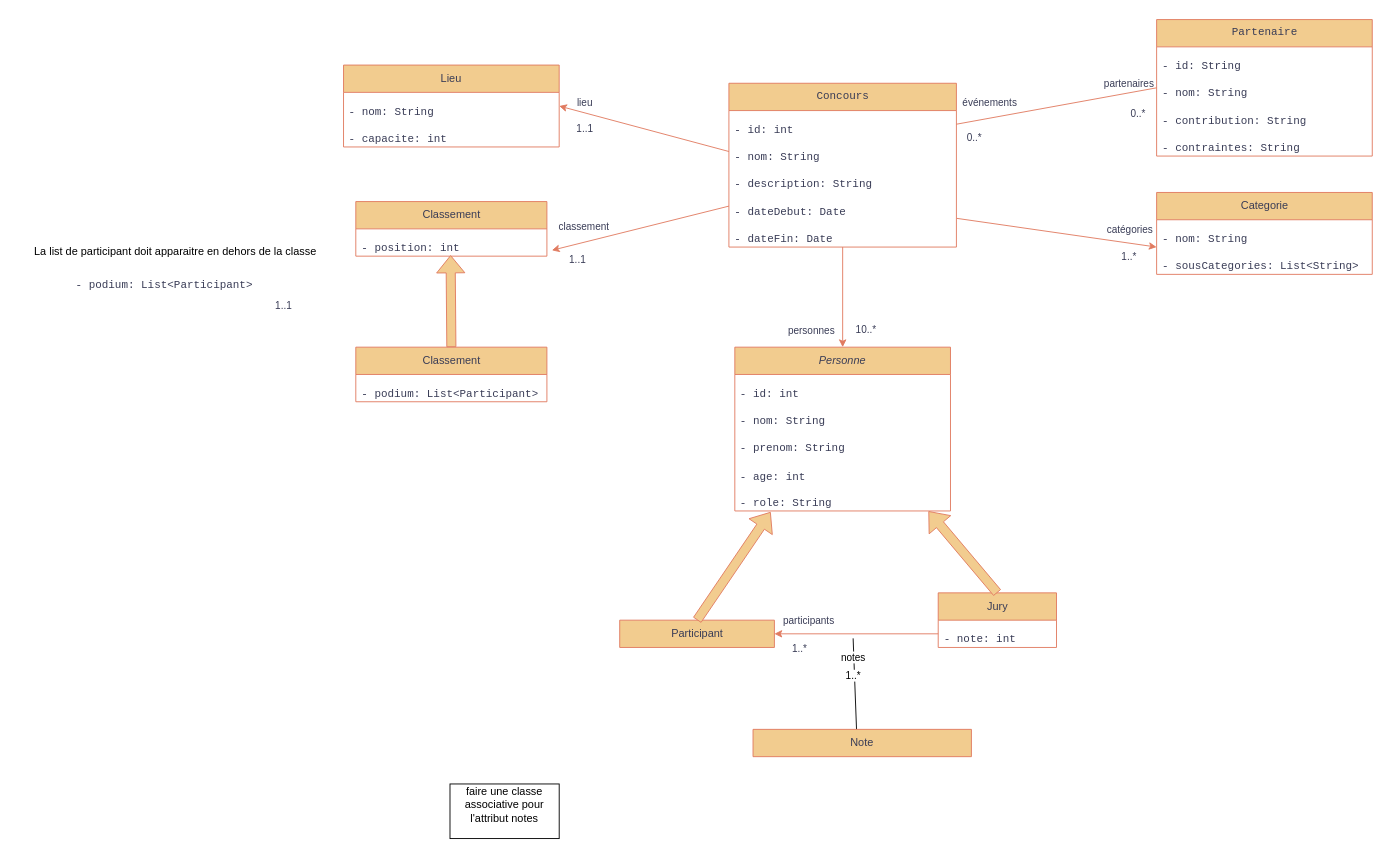
Earlier version of the draw.io diagram Conception/Diagramme de classe.drawio (CSliveR/Chief-s-Arena). Source tidied: cells renumbered, new cells numbered last; positions are measured from the earlier drawing's top-left corner, leaving out a move shared by most shapes. Both pictures are drawn from the tidied source at 91%, with x=0, y=0 at pixel (15, 19).
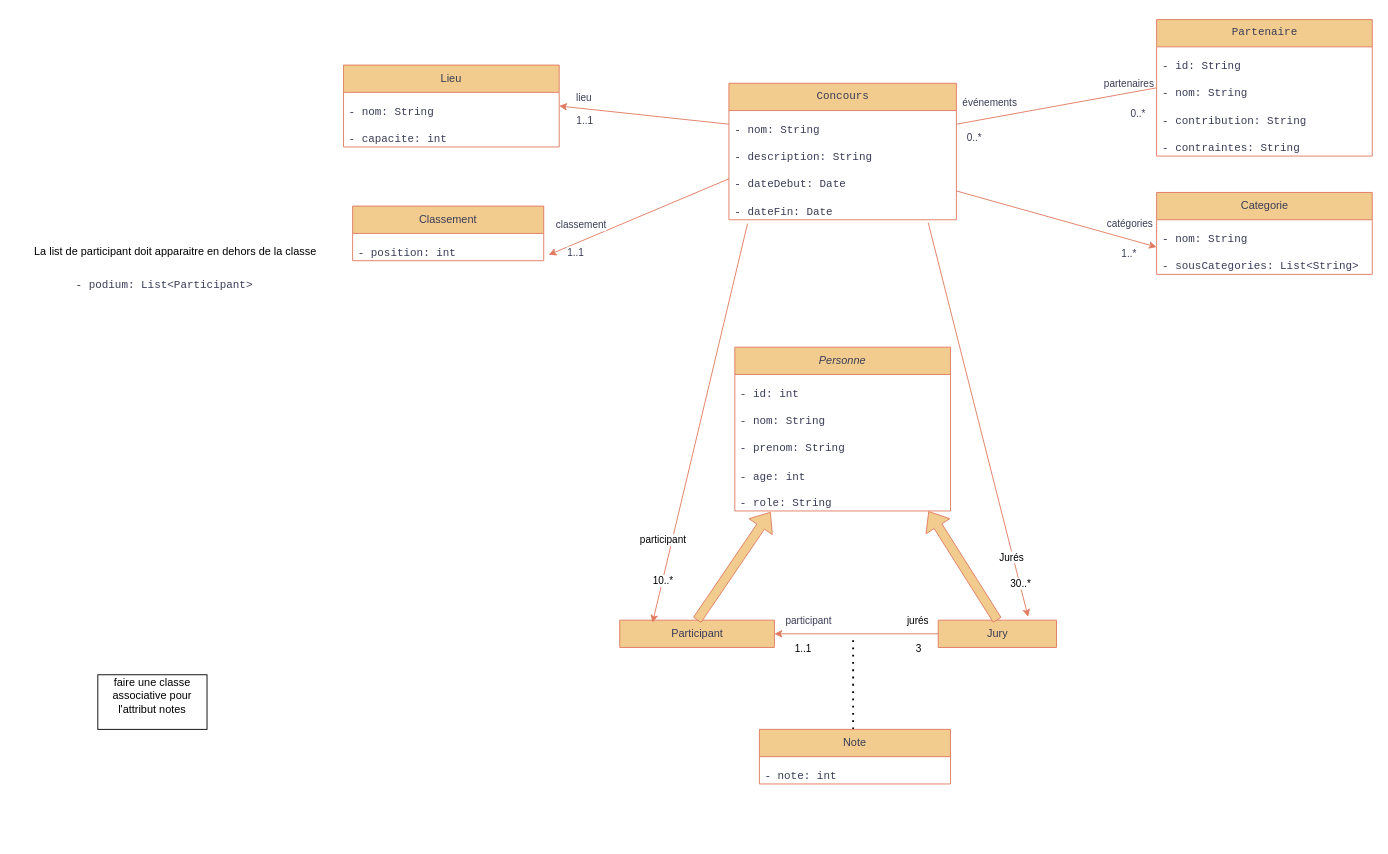
Above is the later version.

The change refers to these unchanged cells:
```xml
<mxCell id="11" value="&lt;pre&gt;&lt;code class=&quot;!whitespace-pre hljs language-plaintext&quot;&gt;- nom: String&lt;/code&gt;&lt;/pre&gt;" style="text;strokeColor=none;fillColor=none;align=left;verticalAlign=middle;spacingLeft=4;spacingRight=4;overflow=hidden;points=[[0,0.5],[1,0.5]];portConstraint=eastwest;whiteSpace=wrap;html=1;labelBackgroundColor=none;fontColor=#393C56;" parent="9" vertex="1">
  <mxGeometry y="60" width="237" height="30" as="geometry" />
</mxCell>
<mxCell id="15" value="&lt;div&gt;&lt;i&gt;Personne&lt;/i&gt;&lt;/div&gt;" style="swimlane;fontStyle=0;horizontal=1;startSize=30;whiteSpace=wrap;html=1;labelBackgroundColor=none;fillColor=#F2CC8F;strokeColor=#E07A5F;fontColor=#393C56;" parent="1" vertex="1">
  <mxGeometry x="790" y="360" width="237" height="180" as="geometry" />
</mxCell>
<mxCell id="22" value="Participant" style="swimlane;fontStyle=0;horizontal=1;startSize=30;whiteSpace=wrap;html=1;labelBackgroundColor=none;fillColor=#F2CC8F;strokeColor=#E07A5F;fontColor=#393C56;" parent="1" vertex="1">
  <mxGeometry x="663.5" y="660" width="170" height="30" as="geometry" />
</mxCell>
<mxCell id="28" value="&lt;pre&gt;&lt;code class=&quot;!whitespace-pre hljs language-plaintext&quot;&gt;- position: int&lt;br&gt;&lt;/code&gt;&lt;/pre&gt;" style="text;strokeColor=none;fillColor=none;align=left;verticalAlign=middle;spacingLeft=4;spacingRight=4;overflow=hidden;points=[[0,0.5],[1,0.5]];portConstraint=eastwest;whiteSpace=wrap;html=1;labelBackgroundColor=none;fontColor=#393C56;" parent="27" vertex="1">
  <mxGeometry y="30" width="210" height="30" as="geometry" />
</mxCell>
<mxCell id="47" style="endArrow=classic;html=1;rounded=0;exitX=0;exitY=0.5;exitDx=0;exitDy=0;entryX=1;entryY=0.5;entryDx=0;entryDy=0;labelBackgroundColor=none;strokeColor=#E07A5F;fontColor=default;" parent="1" edge="1" source="25" target="22">
  <mxGeometry relative="1" as="geometry" />
</mxCell>
```

Diff of the diagram source:
```diff
@@
     <mxCell id="2" value="&lt;pre&gt;&lt;code&gt;Concours&lt;/code&gt;&lt;/pre&gt;" style="swimlane;fontStyle=0;horizontal=1;startSize=30;whiteSpace=wrap;html=1;labelBackgroundColor=none;fillColor=#F2CC8F;strokeColor=#E07A5F;fontColor=#393C56;" parent="1" vertex="1">
-      <mxGeometry x="783.5" y="70" width="250" height="180" as="geometry" />
+      <mxGeometry x="783.5" y="70" width="250" height="150" as="geometry" />
     </mxCell>
-    <mxCell id="3" value="&lt;pre&gt;&lt;code class=&quot;!whitespace-pre hljs language-plaintext&quot;&gt;- id: int&lt;/code&gt;&lt;/pre&gt;" style="text;strokeColor=none;fillColor=none;align=left;verticalAlign=middle;spacingLeft=4;spacingRight=4;overflow=hidden;points=[[0,0.5],[1,0.5]];portConstraint=eastwest;whiteSpace=wrap;html=1;labelBackgroundColor=none;fontColor=#393C56;" parent="2" vertex="1">
-      <mxGeometry y="30" width="250" height="30" as="geometry" />
-    </mxCell>
     <mxCell id="4" value="&lt;pre&gt;&lt;code class=&quot;!whitespace-pre hljs language-plaintext&quot;&gt;- nom: String&lt;/code&gt;&lt;/pre&gt;" style="text;strokeColor=none;fillColor=none;align=left;verticalAlign=middle;spacingLeft=4;spacingRight=4;overflow=hidden;points=[[0,0.5],[1,0.5]];portConstraint=eastwest;whiteSpace=wrap;html=1;labelBackgroundColor=none;fontColor=#393C56;" parent="2" vertex="1">
-      <mxGeometry y="60" width="250" height="30" as="geometry" />
+      <mxGeometry y="30" width="250" height="30" as="geometry" />
     </mxCell>
     <mxCell id="5" value="&lt;pre&gt;&lt;code class=&quot;!whitespace-pre hljs language-plaintext&quot;&gt;- description: String&lt;/code&gt;&lt;/pre&gt;" style="text;strokeColor=none;fillColor=none;align=left;verticalAlign=middle;spacingLeft=4;spacingRight=4;overflow=hidden;whiteSpace=wrap;html=1;labelBackgroundColor=none;fontColor=#393C56;" parent="2" vertex="1">
-      <mxGeometry y="90" width="250" height="30" as="geometry" />
+      <mxGeometry y="60" width="250" height="30" as="geometry" />
     </mxCell>
     <mxCell id="6" value="&lt;pre&gt;&lt;code class=&quot;!whitespace-pre hljs language-plaintext&quot;&gt;- dateDebut: Date&lt;/code&gt;&lt;/pre&gt;" style="text;strokeColor=none;fillColor=none;align=left;verticalAlign=middle;spacingLeft=4;spacingRight=4;overflow=hidden;points=[[0,0.5],[1,0.5]];portConstraint=eastwest;whiteSpace=wrap;html=1;labelBackgroundColor=none;fontColor=#393C56;" parent="2" vertex="1">
-      <mxGeometry y="120" width="250" height="30" as="geometry" />
+      <mxGeometry y="90" width="250" height="30" as="geometry" />
     </mxCell>
     <mxCell id="7" value="&lt;pre&gt;&lt;code class=&quot;!whitespace-pre hljs language-plaintext&quot;&gt;- dateFin: Date&lt;/code&gt;&lt;/pre&gt;" style="text;strokeColor=none;fillColor=none;align=left;verticalAlign=middle;spacingLeft=4;spacingRight=4;overflow=hidden;points=[[0,0.5],[1,0.5]];portConstraint=eastwest;whiteSpace=wrap;html=1;labelBackgroundColor=none;fontColor=#393C56;" parent="2" vertex="1">
-      <mxGeometry y="150" width="250" height="30" as="geometry" />
+      <mxGeometry y="120" width="250" height="30" as="geometry" />
     </mxCell>
     <mxCell id="8" value="&lt;pre&gt;&lt;br&gt;&lt;/pre&gt;" style="text;strokeColor=#E07A5F;fillColor=none;align=left;verticalAlign=middle;spacingLeft=4;spacingRight=4;overflow=hidden;points=[[0,0.5],[1,0.5]];portConstraint=eastwest;whiteSpace=wrap;html=1;labelBackgroundColor=none;fontColor=#393C56;" parent="2" vertex="1">
-      <mxGeometry y="180" width="250" as="geometry" />
+      <mxGeometry y="150" width="250" as="geometry" />
     </mxCell>
@@
     <mxCell id="24" value="Jury" style="swimlane;fontStyle=0;horizontal=1;startSize=30;whiteSpace=wrap;html=1;labelBackgroundColor=none;fillColor=#F2CC8F;strokeColor=#E07A5F;fontColor=#393C56;" parent="1" vertex="1">
-      <mxGeometry x="1013.5" y="630" width="130" height="60" as="geometry" />
+      <mxGeometry x="1013.5" y="660" width="130" height="30" as="geometry" />
     </mxCell>
-    <mxCell id="25" value="&lt;pre&gt;&lt;code class=&quot;!whitespace-pre hljs language-plaintext&quot;&gt;- note: int&lt;br&gt;&lt;/code&gt;&lt;/pre&gt;" style="text;strokeColor=none;fillColor=none;align=left;verticalAlign=middle;spacingLeft=4;spacingRight=4;overflow=hidden;points=[[0,0.5],[1,0.5]];portConstraint=eastwest;whiteSpace=wrap;html=1;labelBackgroundColor=none;fontColor=#393C56;" parent="24" vertex="1">
-      <mxGeometry y="30" width="130" height="30" as="geometry" />
-    </mxCell>
     <mxCell id="26" value="&lt;pre&gt;&lt;br&gt;&lt;/pre&gt;" style="text;strokeColor=#E07A5F;fillColor=none;align=left;verticalAlign=middle;spacingLeft=4;spacingRight=4;overflow=hidden;whiteSpace=wrap;html=1;labelBackgroundColor=none;fontColor=#393C56;" parent="24" vertex="1">
-      <mxGeometry y="60" width="130" as="geometry" />
+      <mxGeometry y="30" width="130" as="geometry" />
     </mxCell>
     <mxCell id="27" value="Classement" style="swimlane;fontStyle=0;horizontal=1;startSize=30;whiteSpace=wrap;html=1;labelBackgroundColor=none;fillColor=#F2CC8F;strokeColor=#E07A5F;fontColor=#393C56;" parent="1" vertex="1">
-      <mxGeometry x="373.5" y="200" width="210" height="60" as="geometry" />
+      <mxGeometry x="370" y="205" width="210" height="60" as="geometry" />
     </mxCell>
@@
-    <mxCell id="30" style="endArrow=classic;html=1;rounded=0;entryX=1.026;entryY=0.785;entryDx=0;entryDy=0;exitX=0;exitY=0.5;exitDx=0;exitDy=0;labelBackgroundColor=none;strokeColor=#E07A5F;fontColor=default;entryPerimeter=0;" parent="1" edge="1" source="6" target="28">
+    <mxCell id="30" style="endArrow=classic;html=1;rounded=0;entryX=1.026;entryY=0.785;entryDx=0;entryDy=0;labelBackgroundColor=none;strokeColor=#E07A5F;fontColor=default;entryPerimeter=0;exitX=0;exitY=0.5;exitDx=0;exitDy=0;" parent="1" edge="1" source="6" target="28">
       <mxGeometry relative="1" as="geometry" />
     </mxCell>
@@
-    <mxCell id="48" value="participants" style="edgeLabel;html=1;align=center;verticalAlign=middle;strokeColor=#E07A5F;fontColor=#393C56;fillColor=#F2CC8F;" parent="47" vertex="1">
+    <mxCell id="48" value="participant" style="edgeLabel;html=1;align=center;verticalAlign=middle;strokeColor=#E07A5F;fontColor=#393C56;fillColor=#F2CC8F;" parent="47" vertex="1">
       <mxGeometry x="0.11" y="-3" relative="1" as="geometry">
         <mxPoint x="-43" y="-12" as="offset" />
       </mxGeometry>
     </mxCell>
-    <mxCell id="49" value="1..*" style="edgeLabel;html=1;align=center;verticalAlign=middle;strokeColor=#E07A5F;fontColor=#393C56;fillColor=#F2CC8F;" parent="47" vertex="1">
-      <mxGeometry x="-0.01" y="1" relative="1" as="geometry">
-        <mxPoint x="-64" y="14" as="offset" />
-      </mxGeometry>
-    </mxCell>
+    <mxCell id="73" value="3" style="edgeLabel;html=1;align=center;verticalAlign=middle;" parent="47" vertex="1">
+      <mxGeometry x="-0.55" y="-2" relative="1" as="geometry">
+        <mxPoint x="18" y="17" as="offset" />
+      </mxGeometry>
+    </mxCell>
+    <mxCell id="61" value="1..1" style="edgeLabel;html=1;align=center;verticalAlign=middle;" parent="47" vertex="1">
+      <mxGeometry x="0.66" relative="1" as="geometry">
+        <mxPoint y="15" as="offset" />
+      </mxGeometry>
+    </mxCell>
+    <mxCell id="74" value="jurés" style="edgeLabel;html=1;align=center;verticalAlign=middle;" parent="47" vertex="1">
+      <mxGeometry x="-0.58" y="-3" relative="1" as="geometry">
+        <mxPoint x="15" y="-12" as="offset" />
+      </mxGeometry>
+    </mxCell>
-    <mxCell id="50" style="endArrow=none;html=1;rounded=0;exitX=1;exitY=0.5;exitDx=0;exitDy=0;entryX=0;entryY=0.5;entryDx=0;entryDy=0;labelBackgroundColor=none;strokeColor=#E07A5F;fontColor=default;" parent="1" edge="1" source="3" target="11">
-      <mxGeometry relative="1" as="geometry" />
+    <mxCell id="50" style="endArrow=none;html=1;rounded=0;exitX=1;exitY=0.5;exitDx=0;exitDy=0;entryX=0;entryY=0.5;entryDx=0;entryDy=0;labelBackgroundColor=none;strokeColor=#E07A5F;fontColor=default;" parent="1" edge="1" target="11">
+      <mxGeometry relative="1" as="geometry">
+        <mxPoint x="1033.5" y="115" as="sourcePoint" />
+      </mxGeometry>
     </mxCell>
@@
-    <mxCell id="55" style="endArrow=classic;html=1;rounded=0;strokeColor=#E07A5F;fontColor=#393C56;fillColor=#F2CC8F;entryX=0.5;entryY=0;entryDx=0;entryDy=0;exitX=0;exitY=0.5;exitDx=0;exitDy=0;" parent="1" edge="1" source="8" target="15">
-      <mxGeometry relative="1" as="geometry" />
-    </mxCell>
-    <mxCell id="56" value="personnes" style="edgeLabel;html=1;align=center;verticalAlign=middle;strokeColor=#E07A5F;fontColor=#393C56;fillColor=#F2CC8F;" parent="55" vertex="1">
-      <mxGeometry x="0.34" y="-1" relative="1" as="geometry">
-        <mxPoint x="-34" y="17" as="offset" />
-      </mxGeometry>
-    </mxCell>
-    <mxCell id="57" value="10..*" style="edgeLabel;html=1;align=center;verticalAlign=middle;strokeColor=#E07A5F;fontColor=#393C56;fillColor=#F2CC8F;" parent="55" vertex="1">
-      <mxGeometry x="0.4" y="2" relative="1" as="geometry">
-        <mxPoint x="23" y="13" as="offset" />
-      </mxGeometry>
-    </mxCell>
@@
-    <mxCell id="61" value="1..1" style="edgeLabel;html=1;align=center;verticalAlign=middle;strokeColor=#E07A5F;fontColor=#393C56;fillColor=#F2CC8F;" parent="1" vertex="1">
-      <mxGeometry x="300" y="295" as="geometry">
-        <mxPoint x="-7" y="19" as="offset" />
-      </mxGeometry>
-    </mxCell>
     <mxCell id="62" value="&lt;div&gt;faire une classe associative pour l'attribut notes&lt;/div&gt;&lt;div&gt;&lt;br&gt;&lt;/div&gt;" style="rounded=0;whiteSpace=wrap;html=1;" parent="1" vertex="1">
-      <mxGeometry x="477" y="840" width="120" height="60" as="geometry" />
+      <mxGeometry x="90" y="720" width="120" height="60" as="geometry" />
     </mxCell>
@@
-    <mxCell id="64" style="endArrow=none;html=1;rounded=0;exitX=0.474;exitY=0.011;exitDx=0;exitDy=0;exitPerimeter=0;" parent="1" edge="1" source="67">
-      <mxGeometry relative="1" as="geometry">
-        <mxPoint x="920" y="680" as="targetPoint" />
-      </mxGeometry>
-    </mxCell>
-    <mxCell id="65" value="notes" style="edgeLabel;html=1;align=center;verticalAlign=middle;" parent="64" vertex="1">
-      <mxGeometry x="-0.56" y="-1" relative="1" as="geometry">
-        <mxPoint x="-4" y="-58" as="offset" />
-      </mxGeometry>
-    </mxCell>
-    <mxCell id="66" value="1..*" style="edgeLabel;html=1;align=center;verticalAlign=middle;" parent="64" vertex="1">
-      <mxGeometry x="-0.58" y="4" relative="1" as="geometry">
-        <mxPoint x="1" y="-39" as="offset" />
-      </mxGeometry>
-    </mxCell>
+    <mxCell id="75" style="endArrow=none;dashed=1;html=1;dashPattern=1 3;strokeWidth=2;rounded=0;exitX=0.5;exitY=0;exitDx=0;exitDy=0;" parent="1" edge="1">
+      <mxGeometry relative="1" as="geometry">
+        <mxPoint x="920" y="780" as="sourcePoint" />
+        <mxPoint x="920" y="680" as="targetPoint" />
+      </mxGeometry>
+    </mxCell>
+    <mxCell id="25" value="&lt;pre&gt;&lt;code class=&quot;!whitespace-pre hljs language-plaintext&quot;&gt;&lt;br&gt;&lt;/code&gt;&lt;/pre&gt;" style="text;strokeColor=none;fillColor=none;align=left;verticalAlign=middle;spacingLeft=4;spacingRight=4;overflow=hidden;points=[[0,0.5],[1,0.5]];portConstraint=eastwest;whiteSpace=wrap;html=1;labelBackgroundColor=none;fontColor=#393C56;" parent="1" vertex="1">
+      <mxGeometry x="1013.5" y="660" width="126.5" height="30" as="geometry" />
+    </mxCell>
     <mxCell id="67" value="Note" style="swimlane;fontStyle=0;horizontal=1;startSize=30;whiteSpace=wrap;html=1;labelBackgroundColor=none;fillColor=#F2CC8F;strokeColor=#E07A5F;fontColor=#393C56;" parent="1" vertex="1">
-      <mxGeometry x="810" y="780" width="240" height="30" as="geometry" />
+      <mxGeometry x="817" y="780" width="210" height="60" as="geometry" />
     </mxCell>
-    <mxCell id="68" value="&lt;pre&gt;&lt;br&gt;&lt;/pre&gt;" style="text;strokeColor=#E07A5F;fillColor=none;align=left;verticalAlign=middle;spacingLeft=4;spacingRight=4;overflow=hidden;whiteSpace=wrap;html=1;labelBackgroundColor=none;fontColor=#393C56;" parent="67" vertex="1">
-      <mxGeometry y="30" width="240" as="geometry" />
-    </mxCell>
-    <mxCell id="69" value="Classement" style="swimlane;fontStyle=0;horizontal=1;startSize=30;whiteSpace=wrap;html=1;labelBackgroundColor=none;fillColor=#F2CC8F;strokeColor=#E07A5F;fontColor=#393C56;" parent="1" vertex="1">
-      <mxGeometry x="373.5" y="360" width="210" height="60" as="geometry" />
-    </mxCell>
-    <mxCell id="70" value="&lt;pre&gt;&lt;code class=&quot;!whitespace-pre hljs language-plaintext&quot;&gt;- podium: List&amp;lt;Participant&amp;gt;&lt;br&gt;&lt;/code&gt;&lt;/pre&gt;" style="text;strokeColor=none;fillColor=none;align=left;verticalAlign=middle;spacingLeft=4;spacingRight=4;overflow=hidden;whiteSpace=wrap;html=1;labelBackgroundColor=none;fontColor=#393C56;" parent="69" vertex="1">
-      <mxGeometry y="30" width="210" height="30" as="geometry" />
-    </mxCell>
+    <mxCell id="76" value="&lt;pre&gt;&lt;code class=&quot;!whitespace-pre hljs language-plaintext&quot;&gt;- note: int&lt;br&gt;&lt;/code&gt;&lt;/pre&gt;" style="text;strokeColor=none;fillColor=none;align=left;verticalAlign=middle;spacingLeft=4;spacingRight=4;overflow=hidden;whiteSpace=wrap;html=1;labelBackgroundColor=none;fontColor=#393C56;" parent="67" vertex="1">
+      <mxGeometry y="30" width="210" height="30" as="geometry" />
+    </mxCell>
-    <mxCell id="71" value="&lt;pre&gt;&lt;br&gt;&lt;/pre&gt;" style="text;strokeColor=#E07A5F;fillColor=none;align=left;verticalAlign=middle;spacingLeft=4;spacingRight=4;overflow=hidden;whiteSpace=wrap;html=1;labelBackgroundColor=none;fontColor=#393C56;" parent="69" vertex="1">
+    <mxCell id="71" value="&lt;pre&gt;&lt;br&gt;&lt;/pre&gt;" style="text;strokeColor=#E07A5F;fillColor=none;align=left;verticalAlign=middle;spacingLeft=4;spacingRight=4;overflow=hidden;whiteSpace=wrap;html=1;labelBackgroundColor=none;fontColor=#393C56;" parent="67" vertex="1">
       <mxGeometry y="60" width="210" as="geometry" />
     </mxCell>
-    <mxCell id="72" style="shape=flexArrow;endArrow=classic;html=1;rounded=0;strokeColor=#E07A5F;fontColor=#393C56;fillColor=#F2CC8F;exitX=0.5;exitY=0;exitDx=0;exitDy=0;entryX=0.496;entryY=0.962;entryDx=0;entryDy=0;entryPerimeter=0;" parent="1" edge="1" source="69" target="28">
-      <mxGeometry relative="1" as="geometry" />
-    </mxCell>
+    <mxCell id="77" style="endArrow=classic;html=1;rounded=0;labelBackgroundColor=none;strokeColor=#E07A5F;fontColor=default;exitX=0.082;exitY=1.14;exitDx=0;exitDy=0;exitPerimeter=0;entryX=0.212;entryY=0.091;entryDx=0;entryDy=0;entryPerimeter=0;" parent="1" edge="1" source="7" target="22">
+      <mxGeometry relative="1" as="geometry" />
+    </mxCell>
+    <mxCell id="78" value="participant" style="edgeLabel;html=1;align=center;verticalAlign=middle;" parent="77" vertex="1">
+      <mxGeometry x="-0.79" relative="1" as="geometry">
+        <mxPoint x="-83" y="302" as="offset" />
+      </mxGeometry>
+    </mxCell>
+    <mxCell id="57" value="10..*" style="edgeLabel;html=1;align=center;verticalAlign=middle;" parent="77" vertex="1">
+      <mxGeometry x="0.79" relative="1" as="geometry" />
+    </mxCell>
+    <mxCell id="79" style="endArrow=classic;html=1;rounded=0;labelBackgroundColor=none;strokeColor=#E07A5F;fontColor=default;exitX=0.876;exitY=1.104;exitDx=0;exitDy=0;exitPerimeter=0;entryX=0.781;entryY=-0.122;entryDx=0;entryDy=0;entryPerimeter=0;" parent="1" edge="1" source="7" target="25">
+      <mxGeometry relative="1" as="geometry" />
+    </mxCell>
+    <mxCell id="80" value="Jurés" style="edgeLabel;html=1;align=center;verticalAlign=middle;" parent="79" vertex="1">
+      <mxGeometry x="0.69" y="-2" relative="1" as="geometry" />
+    </mxCell>
+    <mxCell id="81" value="30..*" style="edgeLabel;html=1;align=center;verticalAlign=middle;" parent="79" vertex="1">
+      <mxGeometry x="0.83" y="1" relative="1" as="geometry" />
+    </mxCell>
```
